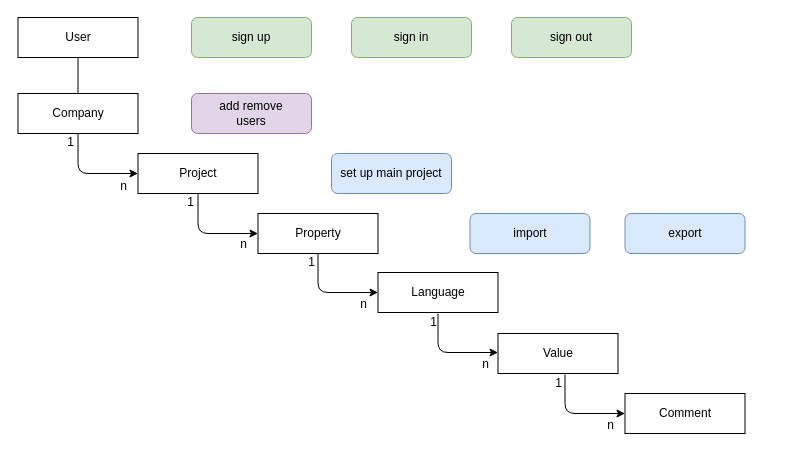
DallaValle/SuperLocalizer keeps this draw.io diagram as docs/diagrams/create.drawio. Above is the earlier version. Source tidied: cells renumbered, new cells numbered last; positions are measured from the earlier drawing's top-left corner, leaving out a move shared by most shapes. Both pictures are drawn from the tidied source at 100%, with x=0, y=0 at pixel (17, 17).
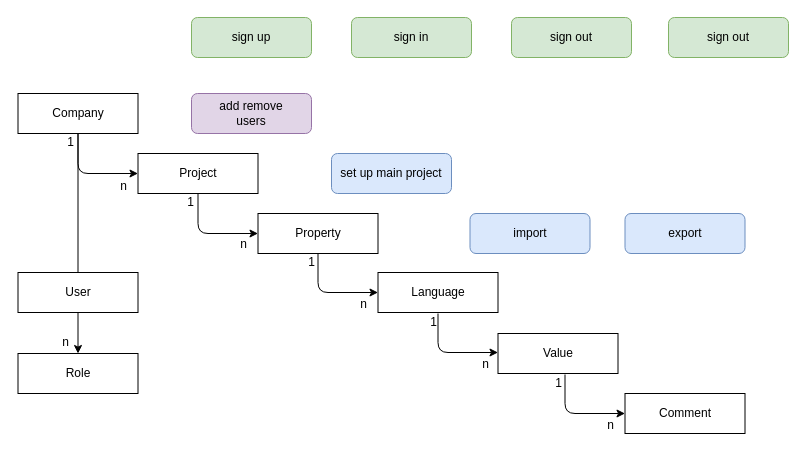
After the change.

The edit, as a diff of the source:
```diff
@@
+    <mxCell id="32" style="edgeStyle=none;html=1;" parent="1" edge="1" source="27" target="34">
+      <mxGeometry relative="1" as="geometry" />
+    </mxCell>
     <mxCell id="27" value="User" style="whiteSpace=wrap;html=1;" parent="1" vertex="1">
-      <mxGeometry x="0.5" width="120" height="40" as="geometry" />
+      <mxGeometry x="0.5" y="255" width="120" height="40" as="geometry" />
     </mxCell>
@@
+    <mxCell id="33" value="sign out" style="whiteSpace=wrap;html=1;rounded=1;fillColor=#d5e8d4;strokeColor=#82b366;align=center;verticalAlign=middle;fontFamily=Helvetica;fontSize=12;fontColor=default;" parent="1" vertex="1">
+      <mxGeometry x="651" width="120" height="40" as="geometry" />
+    </mxCell>
+    <mxCell id="34" value="Role" style="whiteSpace=wrap;html=1;" parent="1" vertex="1">
+      <mxGeometry x="0.5" y="336" width="120" height="40" as="geometry" />
+    </mxCell>
+    <mxCell id="35" value="n" style="text;html=1;align=center;verticalAlign=middle;strokeColor=none;fillColor=none;" parent="1" vertex="1">
+      <mxGeometry x="33" y="310" width="30" height="30" as="geometry" />
+    </mxCell>
```
